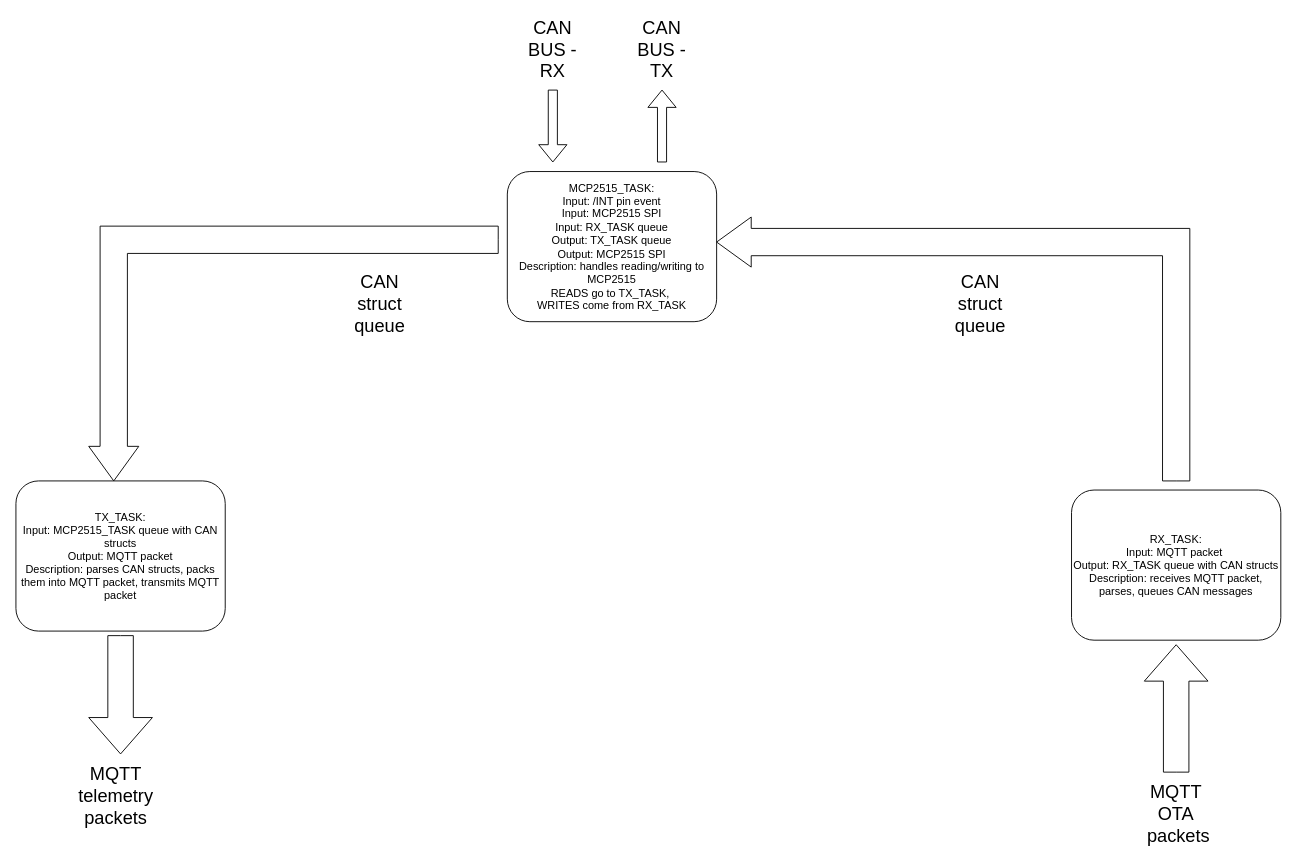
The draw.io diagram Block-Diagrams/System-Diagram.drawio in laithalkinani/OTA-CAN-Update-Telemetry-Tool, before the edit. Source tidied: cells renumbered, new cells numbered last; positions are measured from the earlier drawing's top-left corner, leaving out a move shared by most shapes. Both pictures are drawn from the tidied source at 91%, with x=0, y=0 at pixel (15, 35).
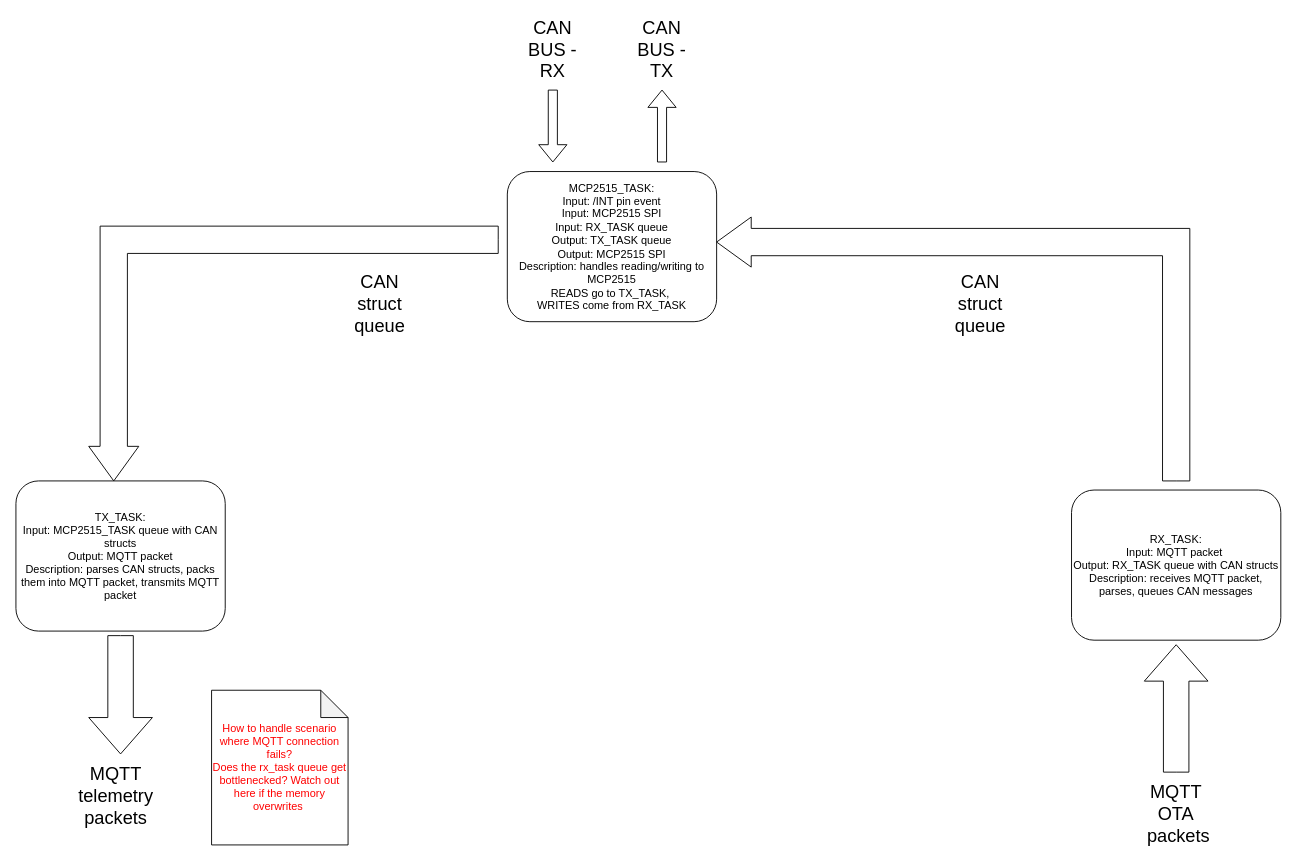
The same diagram, later.

Commit message (it also covers changes not shown here):
last commit before changing software architecture

Change to the diagram source:
```diff
@@
 <mxGraphModel>
   <root>
     <mxCell id="0" />
     <mxCell id="1" parent="0" />
     <mxCell id="2" style="shape=flexArrow;endArrow=classic;html=1;rounded=0;" parent="1" edge="1">
       <mxGeometry relative="1" as="geometry">
         <mxPoint x="590" y="60" as="sourcePoint" />
         <mxPoint x="590" y="140" as="targetPoint" />
       </mxGeometry>
     </mxCell>
     <mxCell id="3" value="&lt;font style=&quot;font-size: 20px;&quot;&gt;CAN BUS - RX&lt;/font&gt;" style="text;html=1;whiteSpace=wrap;strokeColor=none;fillColor=none;align=center;verticalAlign=middle;rounded=0;" parent="1" vertex="1">
       <mxGeometry x="560" width="60" height="30" as="geometry" />
     </mxCell>
     <mxCell id="4" style="shape=flexArrow;endArrow=classic;html=1;rounded=0;" parent="1" edge="1">
       <mxGeometry relative="1" as="geometry">
         <mxPoint x="710" y="140" as="sourcePoint" />
         <mxPoint x="710" y="60" as="targetPoint" />
       </mxGeometry>
     </mxCell>
     <mxCell id="5" value="&lt;font style=&quot;font-size: 20px;&quot;&gt;CAN BUS - TX&lt;/font&gt;" style="text;html=1;whiteSpace=wrap;strokeColor=none;fillColor=none;align=center;verticalAlign=middle;rounded=0;" parent="1" vertex="1">
       <mxGeometry x="680" width="60" height="30" as="geometry" />
     </mxCell>
     <mxCell id="6" value="MCP2515_TASK:&lt;div&gt;Input: /INT pin event&lt;/div&gt;&lt;div&gt;Input: MCP2515 SPI&lt;/div&gt;&lt;div&gt;Input: RX_TASK queue&lt;/div&gt;&lt;div&gt;Output: TX_TASK queue&lt;/div&gt;&lt;div&gt;Output: MCP2515 SPI&lt;/div&gt;&lt;div&gt;Description: handles reading/writing to MCP2515&lt;/div&gt;&lt;div&gt;READS go to TX_TASK,&amp;nbsp;&lt;br&gt;WRITES come from RX_TASK&lt;/div&gt;" style="rounded=1;whiteSpace=wrap;html=1;" parent="1" vertex="1">
       <mxGeometry x="540" y="150" width="230" height="165" as="geometry" />
     </mxCell>
     <mxCell id="7" value="TX_TASK:&lt;div&gt;Input: MCP2515_TASK queue with CAN structs&lt;/div&gt;&lt;div&gt;Output: MQTT packet&lt;/div&gt;&lt;div&gt;Description: parses CAN structs, packs them into MQTT packet, transmits MQTT packet&lt;/div&gt;" style="rounded=1;whiteSpace=wrap;html=1;" parent="1" vertex="1">
       <mxGeometry y="490" width="230" height="165" as="geometry" />
     </mxCell>
     <mxCell id="8" value="&lt;font style=&quot;font-size: 20px;&quot;&gt;CAN&lt;br&gt;struct&lt;br&gt;queue&lt;/font&gt;" style="text;html=1;whiteSpace=wrap;strokeColor=none;fillColor=none;align=center;verticalAlign=middle;rounded=0;" parent="1" vertex="1">
       <mxGeometry x="370" y="280" width="60" height="30" as="geometry" />
     </mxCell>
     <mxCell id="9" style="html=1;shadow=0;dashed=0;align=center;verticalAlign=middle;shape=mxgraph.arrows2.arrow;dy=0.6;dx=40;direction=south;notch=0;" parent="1" vertex="1">
       <mxGeometry x="80" y="660" width="70" height="130" as="geometry" />
     </mxCell>
     <mxCell id="10" value="&lt;font style=&quot;font-size: 20px;&quot;&gt;MQTT telemetry&lt;br&gt;packets&lt;/font&gt;" style="text;html=1;whiteSpace=wrap;strokeColor=none;fillColor=none;align=center;verticalAlign=middle;rounded=0;" parent="1" vertex="1">
       <mxGeometry x="80" y="820" width="60" height="30" as="geometry" />
     </mxCell>
     <mxCell id="11" value="RX_TASK:&lt;div&gt;Input: MQTT packet&amp;nbsp;&lt;/div&gt;&lt;div&gt;Output: RX_TASK queue with CAN structs&lt;/div&gt;&lt;div&gt;Description: receives MQTT packet, parses, queues CAN messages&lt;/div&gt;" style="rounded=1;whiteSpace=wrap;html=1;" parent="1" vertex="1">
       <mxGeometry x="1160" y="500" width="230" height="165" as="geometry" />
     </mxCell>
     <mxCell id="12" style="html=1;shadow=0;dashed=0;align=center;verticalAlign=middle;shape=mxgraph.arrows2.bendArrow;dy=15;dx=38;notch=0;arrowHead=55;rounded=0;flipH=1;" parent="1" vertex="1">
       <mxGeometry x="770" y="200" width="520" height="290" as="geometry" />
     </mxCell>
     <mxCell id="13" value="&lt;font style=&quot;font-size: 20px;&quot;&gt;CAN&lt;br&gt;struct&lt;br&gt;queue&lt;/font&gt;" style="text;html=1;whiteSpace=wrap;strokeColor=none;fillColor=none;align=center;verticalAlign=middle;rounded=0;" parent="1" vertex="1">
       <mxGeometry x="1030" y="280" width="60" height="30" as="geometry" />
     </mxCell>
     <mxCell id="14" style="html=1;shadow=0;dashed=0;align=center;verticalAlign=middle;shape=mxgraph.arrows2.arrow;dy=0.6;dx=40;direction=north;notch=0;" parent="1" vertex="1">
       <mxGeometry x="1240" y="670" width="70" height="140" as="geometry" />
     </mxCell>
     <mxCell id="15" value="&lt;font style=&quot;font-size: 20px;&quot;&gt;MQTT&lt;br&gt;OTA&lt;br&gt;&amp;nbsp;packets&lt;/font&gt;" style="text;html=1;whiteSpace=wrap;strokeColor=none;fillColor=none;align=center;verticalAlign=middle;rounded=0;" parent="1" vertex="1">
       <mxGeometry x="1245" y="840" width="60" height="30" as="geometry" />
     </mxCell>
     <mxCell id="16" style="html=1;shadow=0;dashed=0;align=center;verticalAlign=middle;shape=mxgraph.arrows2.bendArrow;dy=15;dx=38;notch=0;arrowHead=55;rounded=0;flipH=0;flipV=1;direction=north;" parent="1" vertex="1">
       <mxGeometry x="80" y="210" width="450" height="280" as="geometry" />
     </mxCell>
+    <mxCell id="17" value="&lt;font style=&quot;color: rgb(255, 0, 0);&quot;&gt;How to handle scenario where MQTT connection fails?&lt;/font&gt;&lt;div&gt;&lt;font color=&quot;#ff0000&quot;&gt;Does the rx_task queue get bottlenecked? Watch out here if the memory overwrites&amp;nbsp;&lt;/font&gt;&lt;/div&gt;" style="shape=note;whiteSpace=wrap;html=1;backgroundOutline=1;darkOpacity=0.05;" parent="1" vertex="1">
+      <mxGeometry x="215" y="720" width="150" height="170" as="geometry" />
+    </mxCell>
   </root>
 </mxGraphModel>
```
